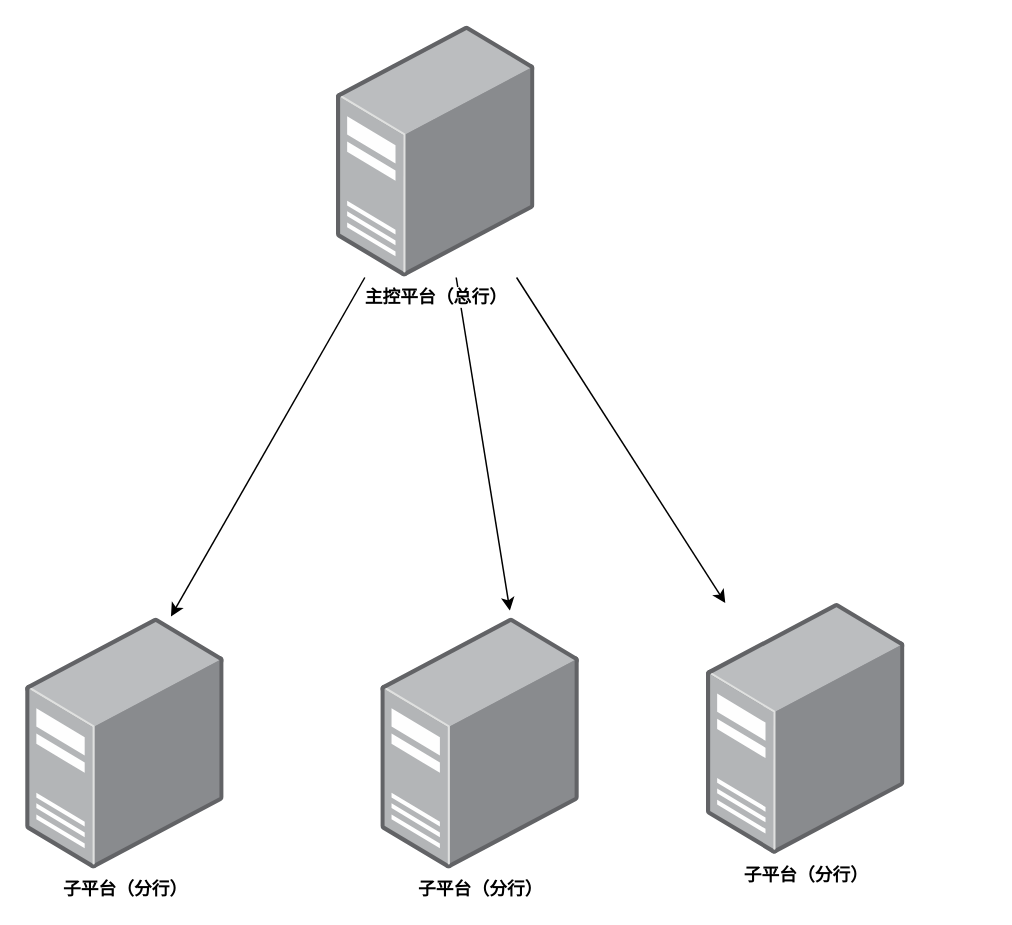
This is page "拓扑" (5 of 5) of test.drawio from Jarris3154/drawios, a draw.io file, before an edit. Source tidied: cells renumbered, new cells numbered last; positions are measured from the earlier drawing's top-left corner, leaving out a move shared by most shapes. Both pictures are drawn from the tidied source at 148%, with x=0, y=0 at pixel (25, 25).
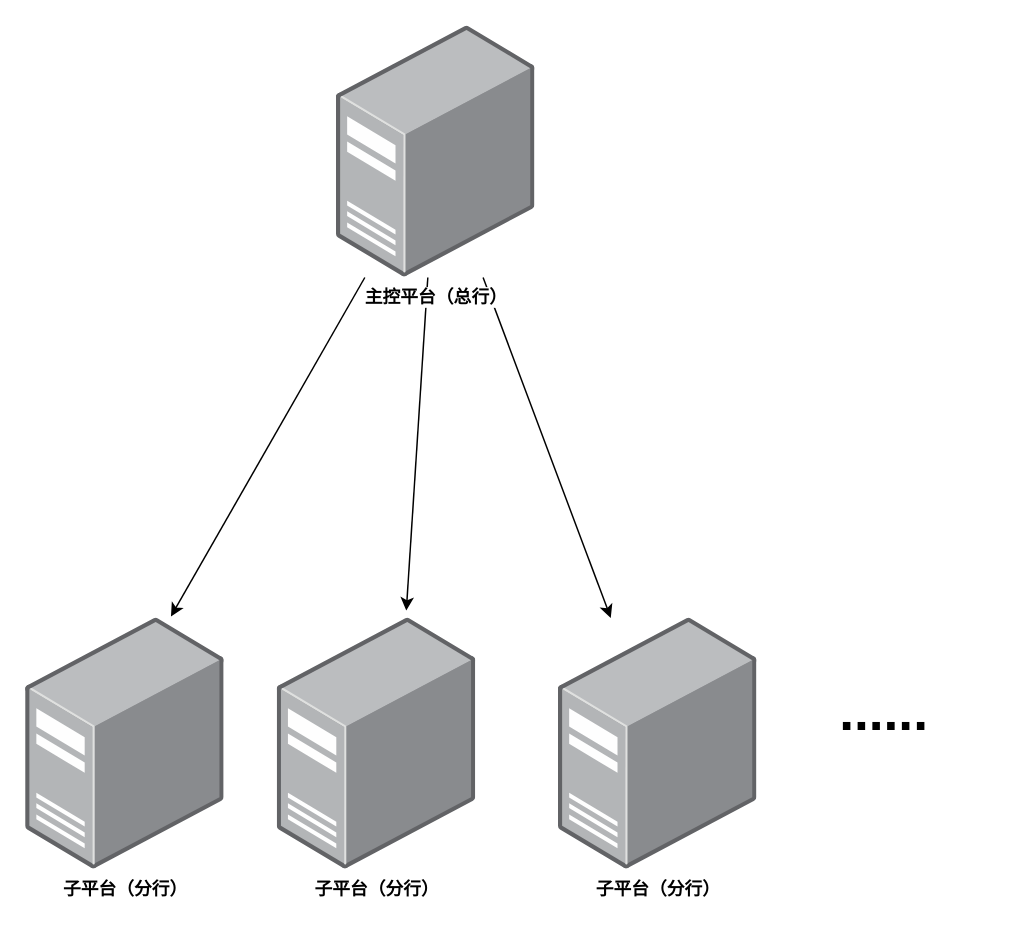
Above is the later version.

Commit message:
更新多级平台拓扑图

Change to the diagram source:
```diff
@@
 <mxGraphModel>
   <root>
     <mxCell id="0" />
     <mxCell id="1" parent="0" />
     <mxCell id="2" style="edgeStyle=none;rounded=0;jettySize=auto;html=1;entryX=0.649;entryY=-0.029;entryDx=0;entryDy=0;entryPerimeter=0;" parent="1" edge="1" source="4" target="6">
       <mxGeometry relative="1" as="geometry" />
     </mxCell>
     <mxCell id="3" style="edgeStyle=none;rounded=0;jettySize=auto;html=1;" parent="1" edge="1" source="4" target="8">
       <mxGeometry relative="1" as="geometry" />
     </mxCell>
     <mxCell id="4" value="&lt;b&gt;主控平台（总行）&lt;/b&gt;" style="points=[];html=1;align=center;shadow=0;dashed=0;image;image=img/lib/allied_telesis/computer_and_terminals/Server_Desktop.svg;" parent="1" vertex="1">
       <mxGeometry x="210" width="134.1" height="170" as="geometry" />
     </mxCell>
     <mxCell id="5" value="&lt;b&gt;子平台（分行）&lt;/b&gt;" style="points=[];html=1;align=center;shadow=0;dashed=0;image;image=img/lib/allied_telesis/computer_and_terminals/Server_Desktop.svg;" parent="1" vertex="1">
       <mxGeometry y="400" width="134.1" height="170" as="geometry" />
     </mxCell>
     <mxCell id="6" value="&lt;b&gt;子平台（分行）&lt;/b&gt;" style="points=[];html=1;align=center;shadow=0;dashed=0;image;image=img/lib/allied_telesis/computer_and_terminals/Server_Desktop.svg;" parent="1" vertex="1">
-      <mxGeometry x="240" y="400" width="134.1" height="170" as="geometry" />
+      <mxGeometry x="170" y="400" width="134.1" height="170" as="geometry" />
     </mxCell>
     <mxCell id="7" style="rounded=0;jettySize=auto;html=1;entryX=0.731;entryY=-0.006;entryDx=0;entryDy=0;entryPerimeter=0;" parent="1" edge="1" target="5">
       <mxGeometry relative="1" as="geometry">
         <mxPoint x="229" y="170" as="sourcePoint" />
       </mxGeometry>
     </mxCell>
     <mxCell id="8" value="&lt;b&gt;子平台（分行）&lt;/b&gt;" style="points=[];html=1;align=center;shadow=0;dashed=0;image;image=img/lib/allied_telesis/computer_and_terminals/Server_Desktop.svg;" parent="1" vertex="1">
-      <mxGeometry x="460" y="390" width="134.1" height="170" as="geometry" />
+      <mxGeometry x="360" y="400" width="134.1" height="170" as="geometry" />
     </mxCell>
+    <mxCell id="9" value="&lt;font style=&quot;font-size: 36px&quot;&gt;&lt;b&gt;......&lt;/b&gt;&lt;/font&gt;" style="text;html=1;strokeColor=none;fillColor=none;align=center;verticalAlign=middle;whiteSpace=wrap;rounded=0;" parent="1" vertex="1">
+      <mxGeometry x="510" y="392" width="140" height="142.5" as="geometry" />
+    </mxCell>
   </root>
 </mxGraphModel>
```
